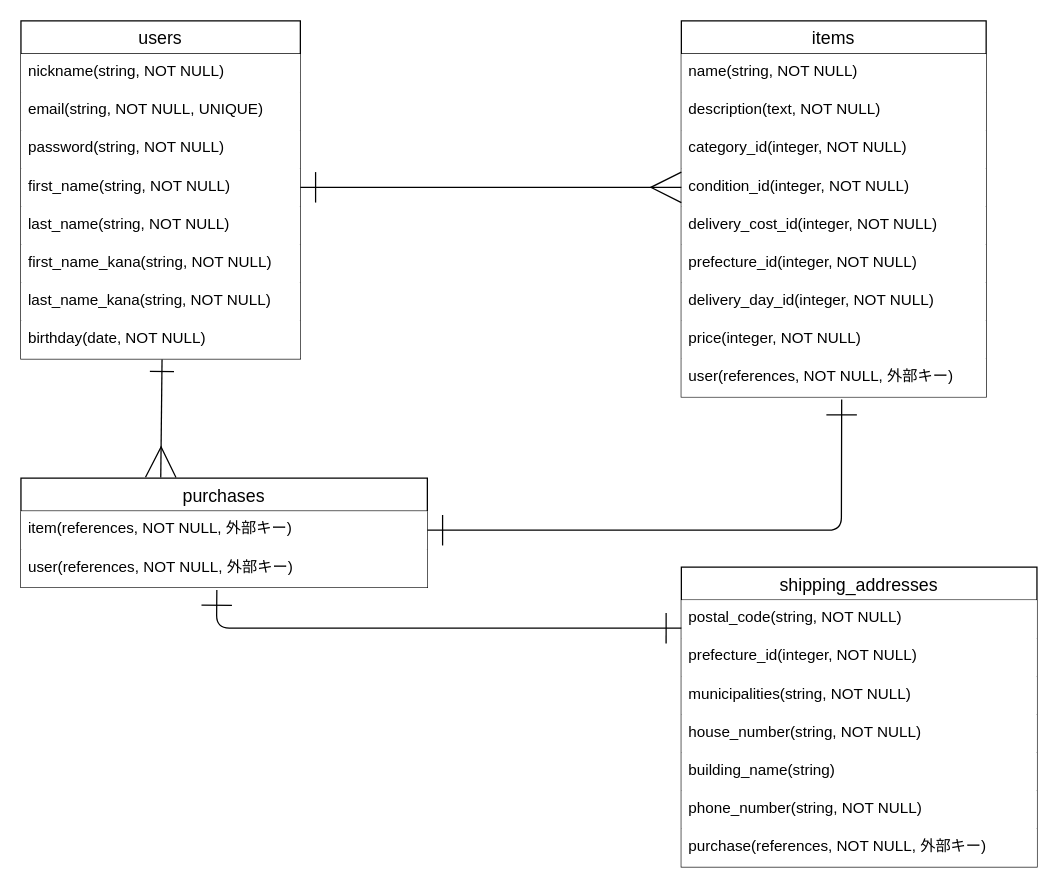
Above: ER-furima.dio in iguanakun/furima-39961 (draw.io), before the change. Source tidied: cells renumbered, new cells numbered last; positions are measured from the earlier drawing's top-left corner, leaving out a move shared by most shapes. Both pictures are drawn from the tidied source at 127%, with x=0, y=0 at pixel (20, 20).
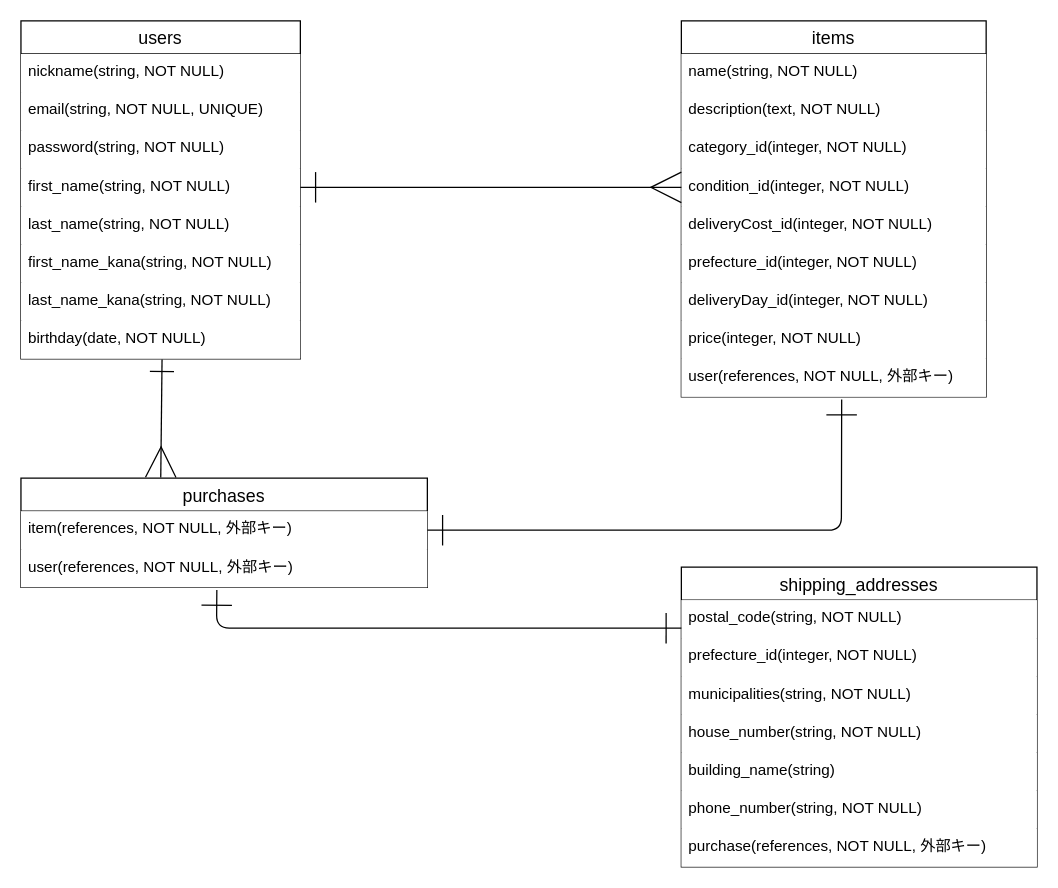
The same page after the edit.

The change refers to these unchanged cells:
```xml
<mxCell id="11" value="items" style="swimlane;fontStyle=0;horizontal=1;startSize=26;align=center;fontSize=14;" parent="1" vertex="1">
  <mxGeometry x="520" width="240" height="296" as="geometry" />
</mxCell>
```

The edit, as a diff of the source:
```diff
@@
-    <mxCell id="16" value="delivery_cost_id(integer, NOT NULL)" style="text;strokeColor=none;fillColor=default;spacingLeft=4;spacingRight=4;overflow=hidden;fontSize=12;" parent="11" vertex="1">
+    <mxCell id="16" value="deliveryCost_id(integer, NOT NULL)" style="text;strokeColor=none;fillColor=default;spacingLeft=4;spacingRight=4;overflow=hidden;fontSize=12;" parent="11" vertex="1">
       <mxGeometry y="146" width="240" height="30" as="geometry" />
     </mxCell>
@@
-    <mxCell id="18" value="delivery_day_id(integer, NOT NULL)" style="text;strokeColor=none;fillColor=default;spacingLeft=4;spacingRight=4;overflow=hidden;fontSize=12;" parent="11" vertex="1">
+    <mxCell id="18" value="deliveryDay_id(integer, NOT NULL)" style="text;strokeColor=none;fillColor=default;spacingLeft=4;spacingRight=4;overflow=hidden;fontSize=12;" parent="11" vertex="1">
       <mxGeometry y="206" width="240" height="30" as="geometry" />
     </mxCell>
```
